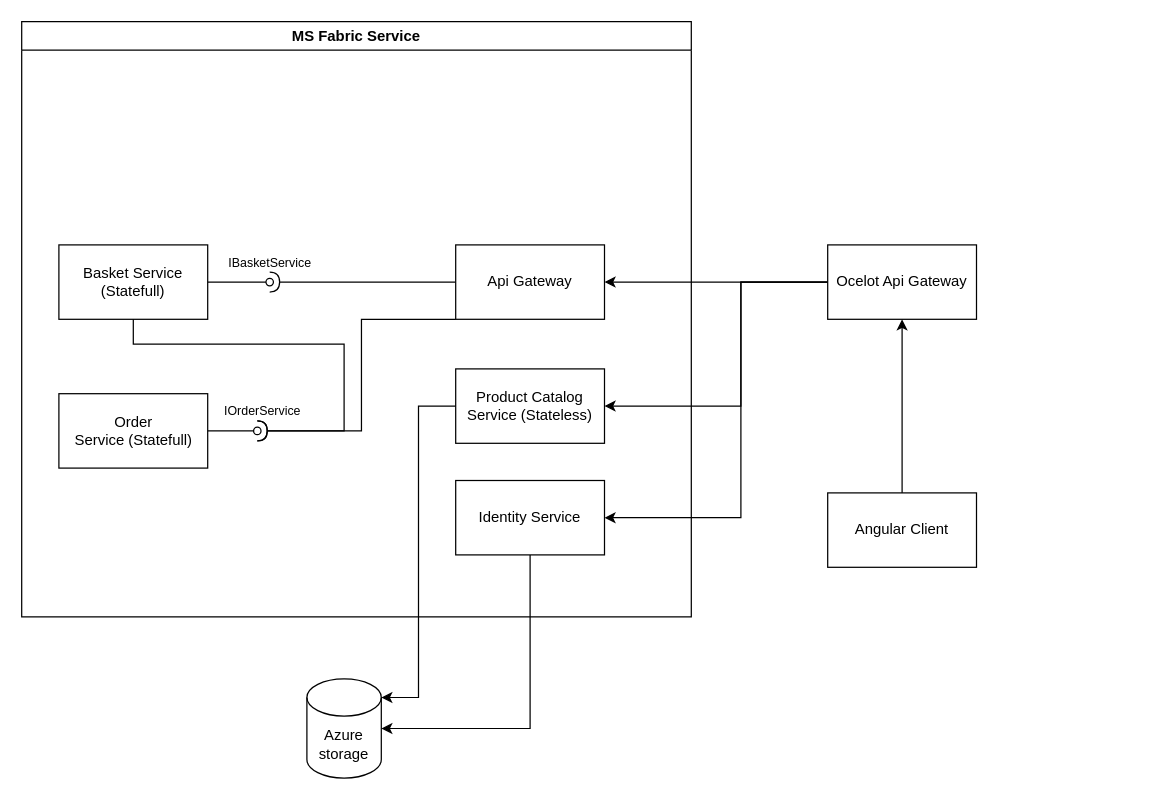
Earlier version of the draw.io diagram Untitled Diagram.drawio (markopex/Store-web-cloud-app). Source tidied: cells renumbered, new cells numbered last; positions are measured from the earlier drawing's top-left corner, leaving out a move shared by most shapes. Both pictures are drawn from the tidied source at 124%, with x=0, y=0 at pixel (21, 21).
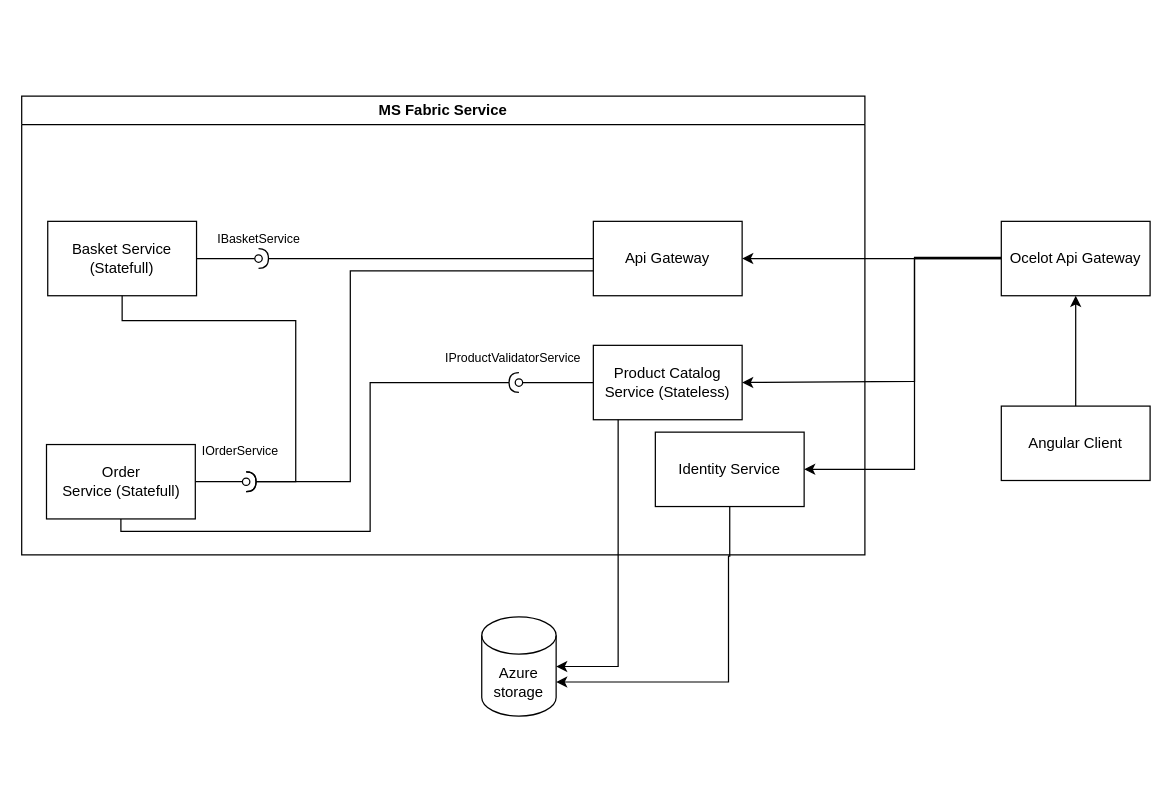
The same diagram, later.

What changed in the source:
```diff
@@
     <mxCell id="2" value="MS Fabric Service" style="swimlane;whiteSpace=wrap;html=1;" parent="1" vertex="1">
-      <mxGeometry width="540" height="480" as="geometry" />
+      <mxGeometry y="60" width="680" height="370" as="geometry" />
     </mxCell>
+    <mxCell id="24" style="edgeStyle=orthogonalEdgeStyle;rounded=0;jettySize=auto;html=1;endArrow=oval;endFill=0;" parent="2" edge="1" source="3">
+      <mxGeometry relative="1" as="geometry">
+        <mxPoint x="401" y="231" as="targetPoint" />
+      </mxGeometry>
+    </mxCell>
     <mxCell id="3" value="Product Catalog&lt;br&gt;Service (Stateless)" style="rounded=0;whiteSpace=wrap;html=1;" parent="2" vertex="1">
-      <mxGeometry x="350" y="280" width="120" height="60" as="geometry" />
+      <mxGeometry x="461" y="201" width="120" height="60" as="geometry" />
     </mxCell>
     <mxCell id="4" value="Identity Service" style="rounded=0;whiteSpace=wrap;html=1;" parent="2" vertex="1">
-      <mxGeometry x="350" y="370" width="120" height="60" as="geometry" />
+      <mxGeometry x="511" y="271" width="120" height="60" as="geometry" />
     </mxCell>
     <mxCell id="5" style="edgeStyle=orthogonalEdgeStyle;rounded=0;jettySize=auto;html=1;endArrow=oval;endFill=0;" parent="2" edge="1" source="6">
       <mxGeometry relative="1" as="geometry">
-        <mxPoint x="200" y="210" as="targetPoint" />
+        <mxPoint x="191" y="131" as="targetPoint" />
       </mxGeometry>
     </mxCell>
     <mxCell id="6" value="Basket Service (Statefull)" style="rounded=0;whiteSpace=wrap;html=1;" parent="2" vertex="1">
-      <mxGeometry x="30" y="180" width="120" height="60" as="geometry" />
+      <mxGeometry x="21" y="101" width="120" height="60" as="geometry" />
     </mxCell>
     <mxCell id="7" style="edgeStyle=orthogonalEdgeStyle;rounded=0;jettySize=auto;html=1;endArrow=halfCircle;endFill=0;targetPerimeterSpacing=0;" parent="2" edge="1" source="8">
       <mxGeometry relative="1" as="geometry">
-        <mxPoint x="200" y="210" as="targetPoint" />
+        <mxPoint x="191" y="131" as="targetPoint" />
       </mxGeometry>
     </mxCell>
     <mxCell id="8" value="Api Gateway" style="rounded=0;whiteSpace=wrap;html=1;" parent="2" vertex="1">
-      <mxGeometry x="350" y="180" width="120" height="60" as="geometry" />
+      <mxGeometry x="461" y="101" width="120" height="60" as="geometry" />
     </mxCell>
     <mxCell id="9" style="edgeStyle=orthogonalEdgeStyle;rounded=0;jettySize=auto;html=1;endArrow=oval;endFill=0;" parent="2" edge="1" source="10">
       <mxGeometry relative="1" as="geometry">
-        <mxPoint x="190" y="330" as="targetPoint" />
+        <mxPoint x="181" y="311" as="targetPoint" />
       </mxGeometry>
     </mxCell>
+    <mxCell id="25" style="edgeStyle=orthogonalEdgeStyle;rounded=0;jettySize=auto;html=1;endArrow=halfCircle;endFill=0;" parent="2" edge="1" source="10">
+      <mxGeometry relative="1" as="geometry">
+        <mxPoint x="401" y="231" as="targetPoint" />
+        <Array as="points">
+          <mxPoint x="80" y="351" />
+          <mxPoint x="281" y="351" />
+          <mxPoint x="281" y="231" />
+        </Array>
+      </mxGeometry>
+    </mxCell>
     <mxCell id="10" value="Order&lt;br style=&quot;border-color: var(--border-color);&quot;&gt;&lt;span style=&quot;&quot;&gt;Service (Statefull)&lt;/span&gt;" style="html=1;rounded=0;" parent="2" vertex="1">
-      <mxGeometry x="30" y="300" width="120" height="60" as="geometry" />
+      <mxGeometry x="20" y="281" width="120" height="60" as="geometry" />
     </mxCell>
     <mxCell id="11" style="edgeStyle=orthogonalEdgeStyle;rounded=0;jettySize=auto;html=1;endArrow=halfCircle;endFill=0;" parent="2" edge="1" source="6">
       <mxGeometry relative="1" as="geometry">
-        <mxPoint x="190" y="330" as="targetPoint" />
+        <mxPoint x="181" y="311" as="targetPoint" />
         <Array as="points">
-          <mxPoint x="90" y="260" />
-          <mxPoint x="260" y="260" />
-          <mxPoint x="260" y="330" />
+          <mxPoint x="81" y="181" />
+          <mxPoint x="221" y="181" />
+          <mxPoint x="221" y="311" />
         </Array>
       </mxGeometry>
     </mxCell>
     <mxCell id="12" style="edgeStyle=orthogonalEdgeStyle;rounded=0;jettySize=auto;html=1;endArrow=halfCircle;endFill=0;" parent="2" edge="1" source="8">
       <mxGeometry relative="1" as="geometry">
-        <mxPoint x="190" y="330" as="targetPoint" />
+        <mxPoint x="181" y="311" as="targetPoint" />
         <Array as="points">
-          <mxPoint x="274" y="240" />
-          <mxPoint x="274" y="330" />
+          <mxPoint x="265" y="141" />
+          <mxPoint x="265" y="311" />
         </Array>
       </mxGeometry>
     </mxCell>
     <mxCell id="13" value="IBasketService" style="text;html=1;align=center;verticalAlign=middle;strokeColor=none;fillColor=none;fontSize=10;" parent="2" vertex="1">
-      <mxGeometry x="155" y="179" width="90" height="30" as="geometry" />
+      <mxGeometry x="146" y="100" width="90" height="30" as="geometry" />
     </mxCell>
     <mxCell id="14" value="IOrderService" style="text;html=1;align=center;verticalAlign=middle;strokeColor=none;fillColor=none;fontSize=10;" parent="2" vertex="1">
-      <mxGeometry x="149" y="299" width="90" height="30" as="geometry" />
+      <mxGeometry x="131" y="271" width="90" height="30" as="geometry" />
     </mxCell>
+    <mxCell id="26" value="IProductValidatorService" style="text;html=1;align=center;verticalAlign=middle;strokeColor=none;fillColor=none;fontSize=10;" parent="2" vertex="1">
+      <mxGeometry x="331" y="196" width="130" height="30" as="geometry" />
+    </mxCell>
@@
     <mxCell id="16" style="edgeStyle=orthogonalEdgeStyle;rounded=0;jettySize=auto;html=1;entryX=1;entryY=0.5;entryDx=0;entryDy=0;" parent="1" edge="1" source="18" target="3">
       <mxGeometry relative="1" as="geometry">
         <Array as="points">
-          <mxPoint x="580" y="210" />
-          <mxPoint x="580" y="310" />
+          <mxPoint x="720" y="190" />
+          <mxPoint x="720" y="290" />
+          <mxPoint x="581" y="290" />
         </Array>
       </mxGeometry>
     </mxCell>
     <mxCell id="17" style="edgeStyle=orthogonalEdgeStyle;rounded=0;jettySize=auto;html=1;entryX=1;entryY=0.5;entryDx=0;entryDy=0;" parent="1" edge="1" source="18" target="4">
       <mxGeometry relative="1" as="geometry">
         <Array as="points">
-          <mxPoint x="580" y="210" />
-          <mxPoint x="580" y="400" />
+          <mxPoint x="720" y="191" />
+          <mxPoint x="720" y="361" />
         </Array>
       </mxGeometry>
     </mxCell>
     <mxCell id="18" value="Ocelot Api Gateway" style="rounded=0;whiteSpace=wrap;html=1;" parent="1" vertex="1">
-      <mxGeometry x="650" y="180" width="120" height="60" as="geometry" />
+      <mxGeometry x="790" y="161" width="120" height="60" as="geometry" />
     </mxCell>
@@
     <mxCell id="20" value="Angular Client" style="rounded=0;whiteSpace=wrap;html=1;" parent="1" vertex="1">
-      <mxGeometry x="650" y="380" width="120" height="60" as="geometry" />
+      <mxGeometry x="790" y="310" width="120" height="60" as="geometry" />
     </mxCell>
     <mxCell id="21" value="Azure storage" style="shape=cylinder3;whiteSpace=wrap;html=1;boundedLbl=1;backgroundOutline=1;size=15;" parent="1" vertex="1">
-      <mxGeometry x="230" y="530" width="60" height="80" as="geometry" />
+      <mxGeometry x="371" y="480" width="60" height="80" as="geometry" />
     </mxCell>
-    <mxCell id="22" style="edgeStyle=orthogonalEdgeStyle;rounded=0;jettySize=auto;html=1;entryX=1;entryY=0.5;entryDx=0;entryDy=0;entryPerimeter=0;exitX=0.5;exitY=1;exitDx=0;exitDy=0;" parent="1" edge="1" source="4" target="21">
-      <mxGeometry relative="1" as="geometry" />
+    <mxCell id="22" style="edgeStyle=orthogonalEdgeStyle;rounded=0;jettySize=auto;html=1;exitX=0.5;exitY=1;exitDx=0;exitDy=0;entryX=1;entryY=0;entryDx=0;entryDy=52.5;entryPerimeter=0;" parent="1" edge="1" source="4" target="21">
+      <mxGeometry relative="1" as="geometry">
+        <Array as="points">
+          <mxPoint x="571" y="431" />
+          <mxPoint x="570" y="532" />
+        </Array>
+      </mxGeometry>
     </mxCell>
-    <mxCell id="23" style="edgeStyle=orthogonalEdgeStyle;rounded=0;jettySize=auto;html=1;entryX=1;entryY=0;entryDx=0;entryDy=15;entryPerimeter=0;" parent="1" edge="1" source="3" target="21">
-      <mxGeometry relative="1" as="geometry" />
+    <mxCell id="23" style="edgeStyle=orthogonalEdgeStyle;rounded=0;jettySize=auto;html=1;entryX=1;entryY=0.5;entryDx=0;entryDy=0;entryPerimeter=0;" parent="1" edge="1" source="3" target="21">
+      <mxGeometry relative="1" as="geometry">
+        <Array as="points">
+          <mxPoint x="481" y="520" />
+        </Array>
+      </mxGeometry>
     </mxCell>
```
